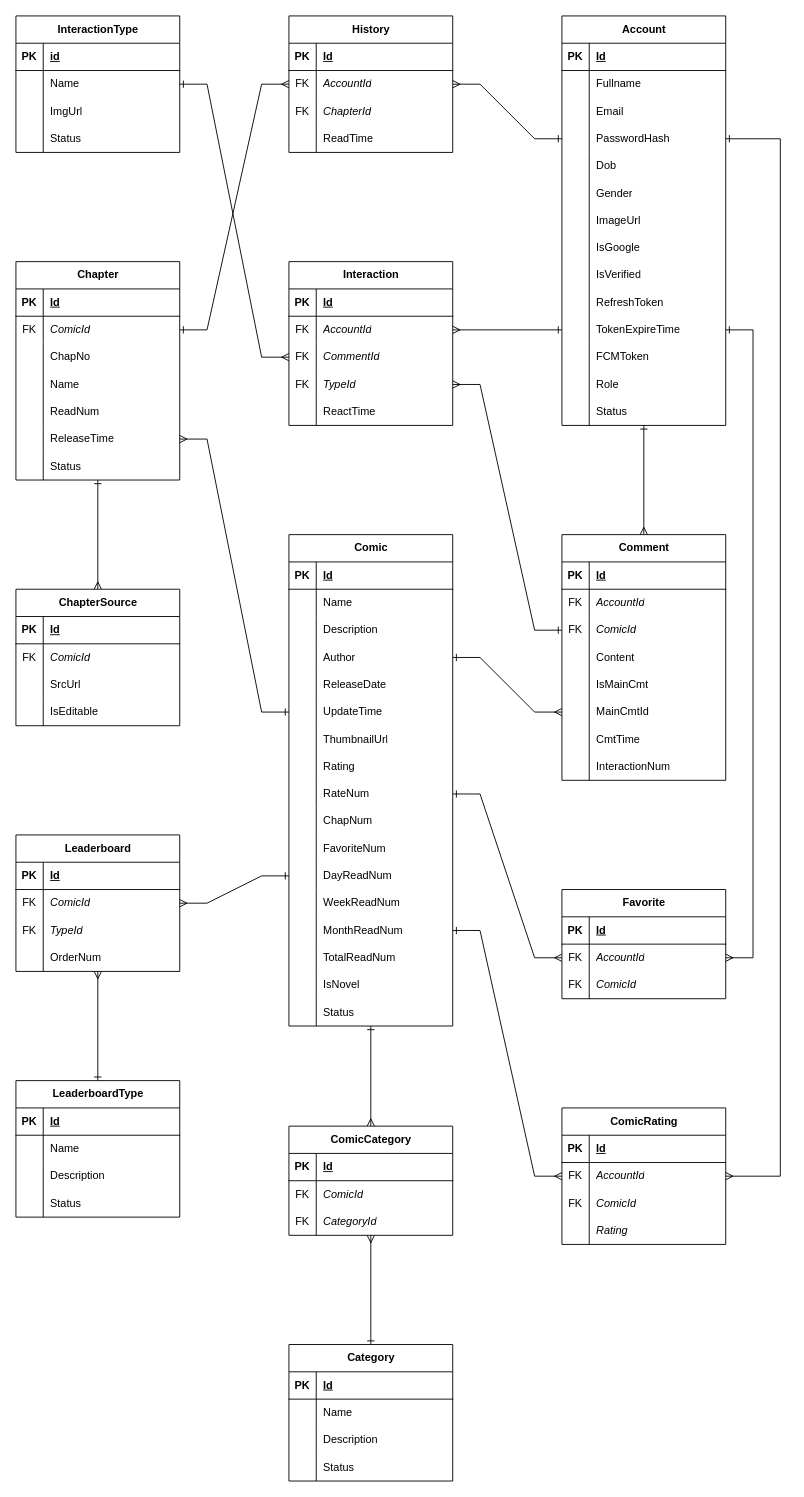
Earlier version of the draw.io diagram page "Logical" (2 of 2) of OnComics.Database/OnComics-ERD-Diagram.drawio (hiepquoc0607/OnComics). Source tidied: cells renumbered, new cells numbered last; positions are measured from the earlier drawing's top-left corner, leaving out a move shared by most shapes. Both pictures are drawn from the tidied source at 91%, with x=0, y=0 at pixel (15, 15).
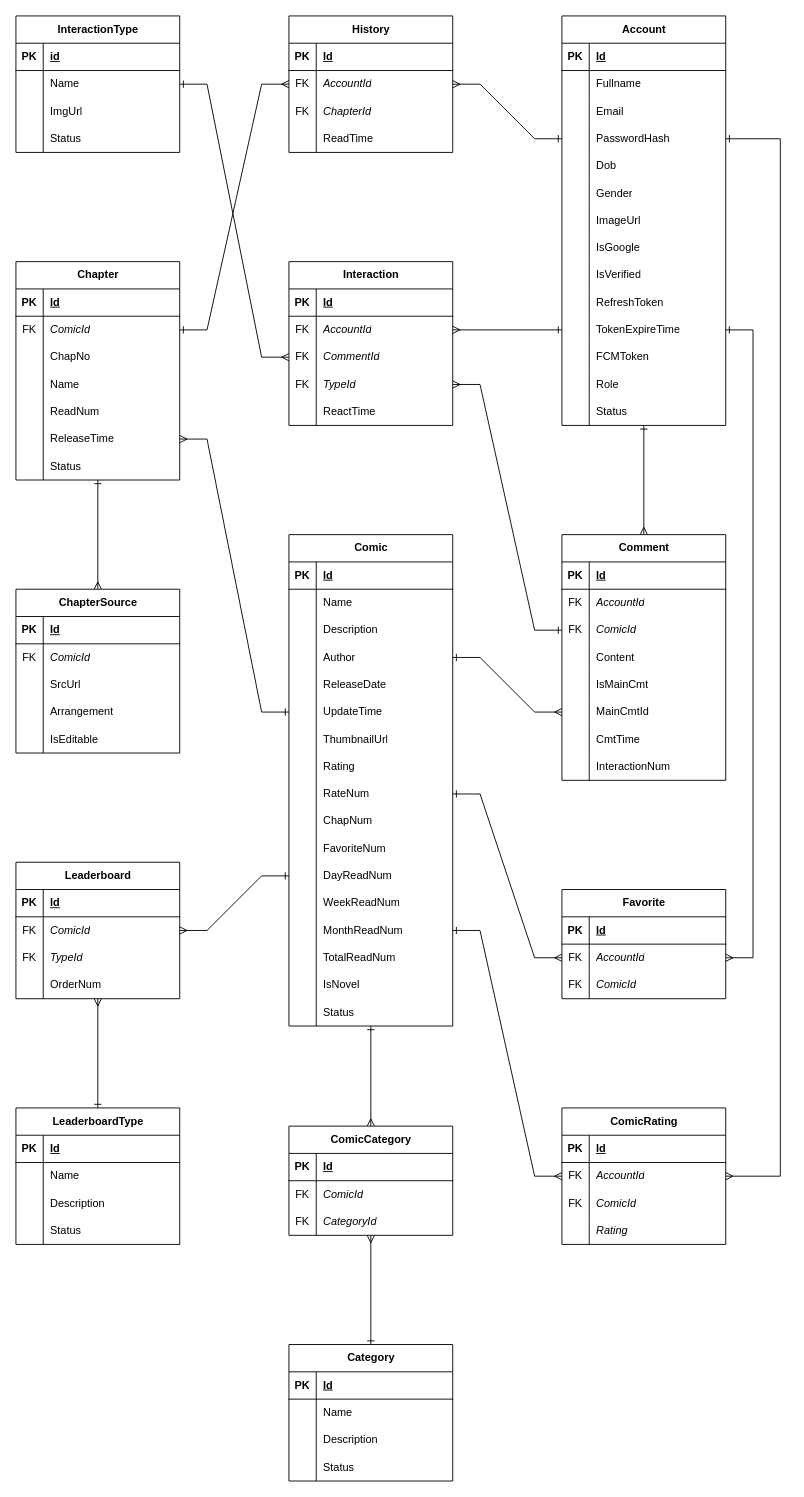
The same page after the edit.

Commit message (it also covers changes not shown here):
Update Database Design And Script

Add row Arrangement to ChapterSource table

The change refers to these unchanged cells:
```xml
<mxCell id="181" style="shape=tableRow;horizontal=0;startSize=0;swimlaneHead=0;swimlaneBody=0;fillColor=none;points=[[0,0.5],[1,0.5]];portConstraint=eastwest;top=0;left=0;right=0;bottom=0;" parent="147" vertex="1">
  <mxGeometry y="360" width="180" height="30" as="geometry" />
</mxCell>
<mxCell id="204" style="shape=tableRow;horizontal=0;startSize=0;swimlaneHead=0;swimlaneBody=0;fillColor=none;points=[[0,0.5],[1,0.5]];portConstraint=eastwest;top=0;left=0;right=0;bottom=0;" parent="200" vertex="1">
  <mxGeometry y="60" width="180" height="30" as="geometry" />
</mxCell>
```

Change to the diagram source:
```diff
@@
     <mxCell id="200" value="Leaderboard" style="shape=table;startSize=30;childLayout=tableLayout;rowLines=0;fontStyle=1;align=center;html=1;" parent="1" vertex="1">
-      <mxGeometry y="900" width="180" height="150" as="geometry" />
+      <mxGeometry y="930" width="180" height="150" as="geometry" />
     </mxCell>
@@
     <mxCell id="213" value="LeaderboardType" style="shape=table;startSize=30;childLayout=tableLayout;rowLines=0;fontStyle=1;align=center;html=1;" parent="1" vertex="1">
-      <mxGeometry y="1170" width="180" height="150" as="geometry" />
+      <mxGeometry y="1200" width="180" height="150" as="geometry" />
     </mxCell>
@@
     <mxCell id="250" style="endArrow=ERmany;html=1;rounded=0;startArrow=ERone;startFill=0;endFill=0;exitX=0;exitY=0.5;exitDx=0;exitDy=0;entryX=1;entryY=0.5;entryDx=0;entryDy=0;" parent="1" edge="1" source="181" target="204">
       <mxGeometry relative="1" as="geometry">
         <Array as="points">
           <mxPoint x="270" y="945" />
-          <mxPoint x="210" y="975" />
+          <mxPoint x="210" y="1005" />
         </Array>
       </mxGeometry>
     </mxCell>
@@
     <mxCell id="275" value="ChapterSource" style="shape=table;startSize=30;childLayout=tableLayout;rowLines=0;fontStyle=1;align=center;html=1;" parent="1" vertex="1">
-      <mxGeometry y="630" width="180" height="150" as="geometry" />
+      <mxGeometry y="630" width="180" height="180" as="geometry" />
     </mxCell>
@@
+    <mxCell id="288" style="shape=tableRow;horizontal=0;startSize=0;swimlaneHead=0;swimlaneBody=0;fillColor=none;top=0;left=0;right=0;bottom=0;" parent="275" vertex="1">
+      <mxGeometry y="120" width="180" height="30" as="geometry" />
+    </mxCell>
+    <mxCell id="289" style="shape=partialRectangle;fillColor=none;top=0;left=0;bottom=0;right=0;overflow=hidden;whiteSpace=wrap;html=1;" parent="288" vertex="1">
+      <mxGeometry width="30" height="30" as="geometry" />
+    </mxCell>
+    <mxCell id="290" value="Arrangement" style="shape=partialRectangle;fillColor=none;top=0;left=0;bottom=0;right=0;align=left;spacingLeft=6;overflow=hidden;whiteSpace=wrap;html=1;fontStyle=0;" parent="288" vertex="1">
+      <mxGeometry x="30" width="150" height="30" as="geometry" />
+    </mxCell>
     <mxCell id="285" style="shape=tableRow;horizontal=0;startSize=0;swimlaneHead=0;swimlaneBody=0;fillColor=none;top=0;left=0;right=0;bottom=0;" parent="275" vertex="1">
-      <mxGeometry y="120" width="180" height="30" as="geometry" />
+      <mxGeometry y="150" width="180" height="30" as="geometry" />
     </mxCell>
```
